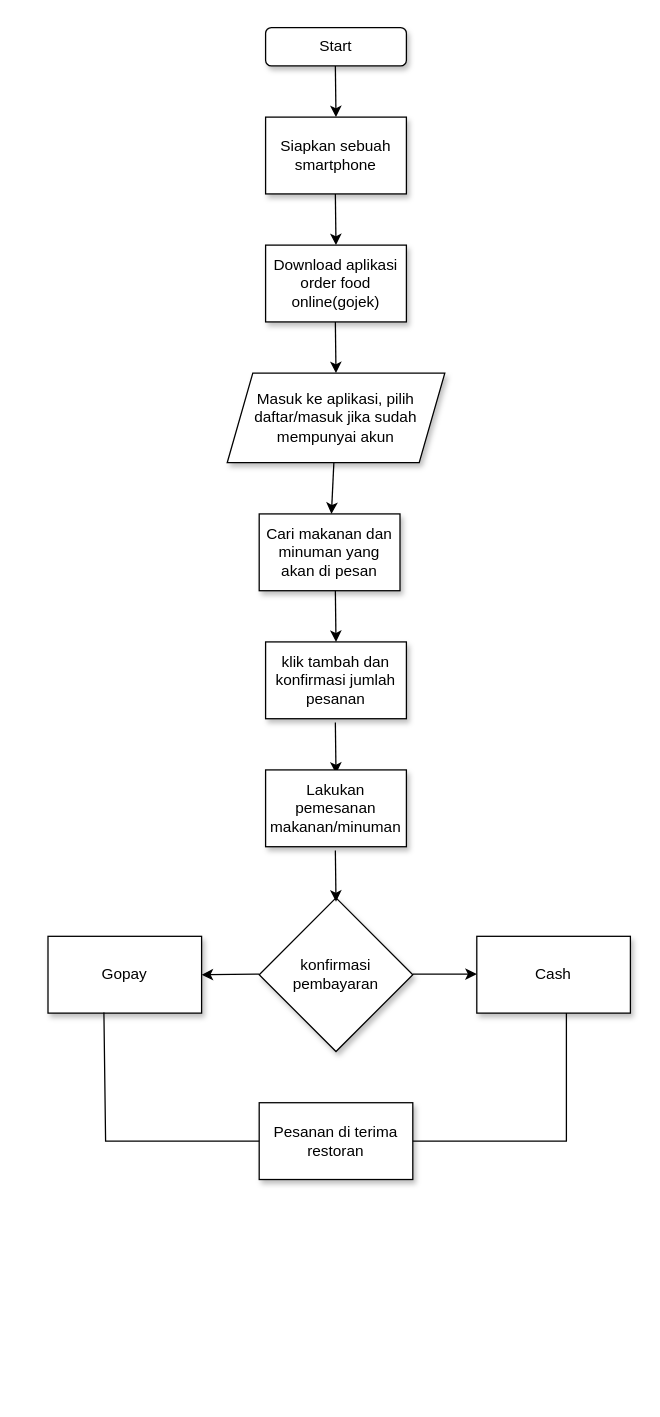
sintanurpila3/sinta_nurpila-order_food_online.app keeps this draw.io diagram as flowchart.drawio. Above is the earlier version. Source tidied: cells renumbered, new cells numbered last; positions are measured from the earlier drawing's top-left corner, leaving out a move shared by most shapes. Both pictures are drawn from the tidied source at 128%, with x=0, y=0 at pixel (47, 27).
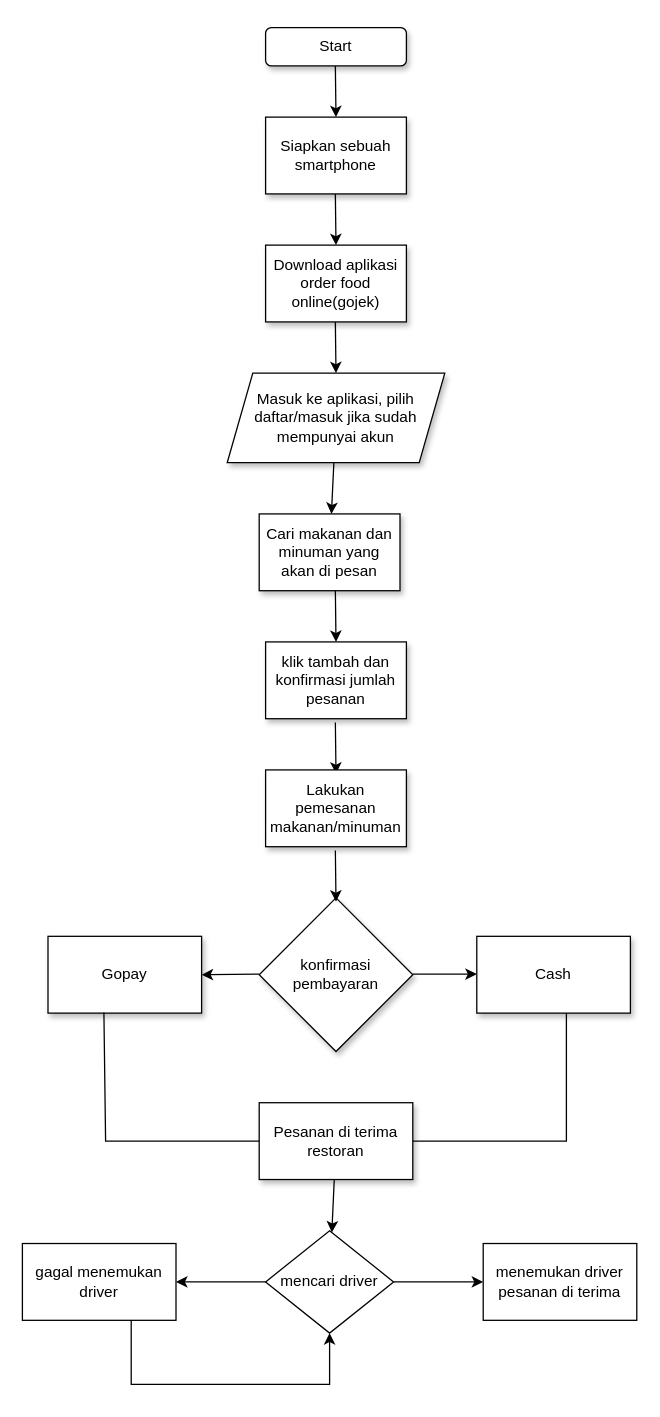
The same diagram, later.

Commit message:
feat:proses pencarian driver

The change refers to these unchanged cells:
```xml
<mxCell id="18" value="Pesanan di terima restoran" style="rounded=0;whiteSpace=wrap;html=1;shadow=1;" parent="1" vertex="1">
  <mxGeometry x="165" y="840" width="120" height="60" as="geometry" />
</mxCell>
```

The edit, as a diff of the source:
```diff
@@
+    <mxCell id="24" style="edgeStyle=none;html=1;" parent="1" edge="1" source="18" target="27">
+      <mxGeometry relative="1" as="geometry" />
+    </mxCell>
@@
+    <mxCell id="25" style="edgeStyle=orthogonalEdgeStyle;rounded=0;jettySize=auto;html=1;" parent="1" edge="1" source="27" target="28">
+      <mxGeometry relative="1" as="geometry" />
+    </mxCell>
+    <mxCell id="26" style="edgeStyle=orthogonalEdgeStyle;rounded=0;jettySize=auto;html=1;" parent="1" edge="1" source="27" target="29">
+      <mxGeometry relative="1" as="geometry" />
+    </mxCell>
+    <mxCell id="27" value="mencari driver" style="rhombus;whiteSpace=wrap;html=1;" parent="1" vertex="1">
+      <mxGeometry x="170" y="940" width="100" height="80" as="geometry" />
+    </mxCell>
+    <mxCell id="28" value="menemukan driver&lt;br&gt;pesanan di terima" style="whiteSpace=wrap;html=1;" parent="1" vertex="1">
+      <mxGeometry x="340" y="950" width="120" height="60" as="geometry" />
+    </mxCell>
+    <mxCell id="29" value="gagal menemukan driver" style="whiteSpace=wrap;html=1;" parent="1" vertex="1">
+      <mxGeometry x="-20" y="950" width="120" height="60" as="geometry" />
+    </mxCell>
+    <mxCell id="30" style="edgeStyle=orthogonalEdgeStyle;rounded=0;jettySize=auto;html=1;" parent="1" edge="1" source="29">
+      <mxGeometry relative="1" as="geometry">
+        <mxPoint x="220" y="1020" as="targetPoint" />
+        <Array as="points">
+          <mxPoint x="65" y="1060" />
+          <mxPoint x="220" y="1060" />
+        </Array>
+      </mxGeometry>
+    </mxCell>
```
